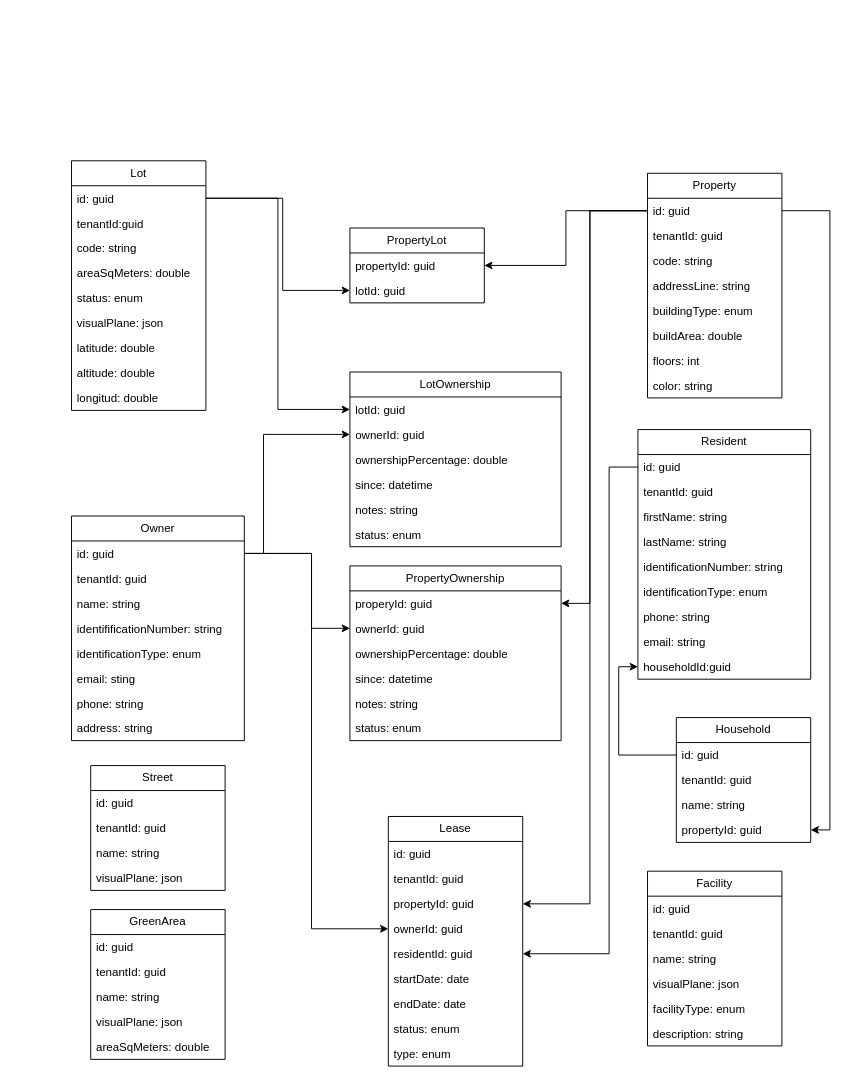
UntalivanCruz/ResiSecure keeps this draw.io diagram as ClassDiagram-UML.drawio. Above is the earlier version. Source tidied: cells renumbered, new cells numbered last; positions are measured from the earlier drawing's top-left corner, leaving out a move shared by most shapes. Both pictures are drawn from the tidied source at 96%, with x=0, y=0 at pixel (71, 160).
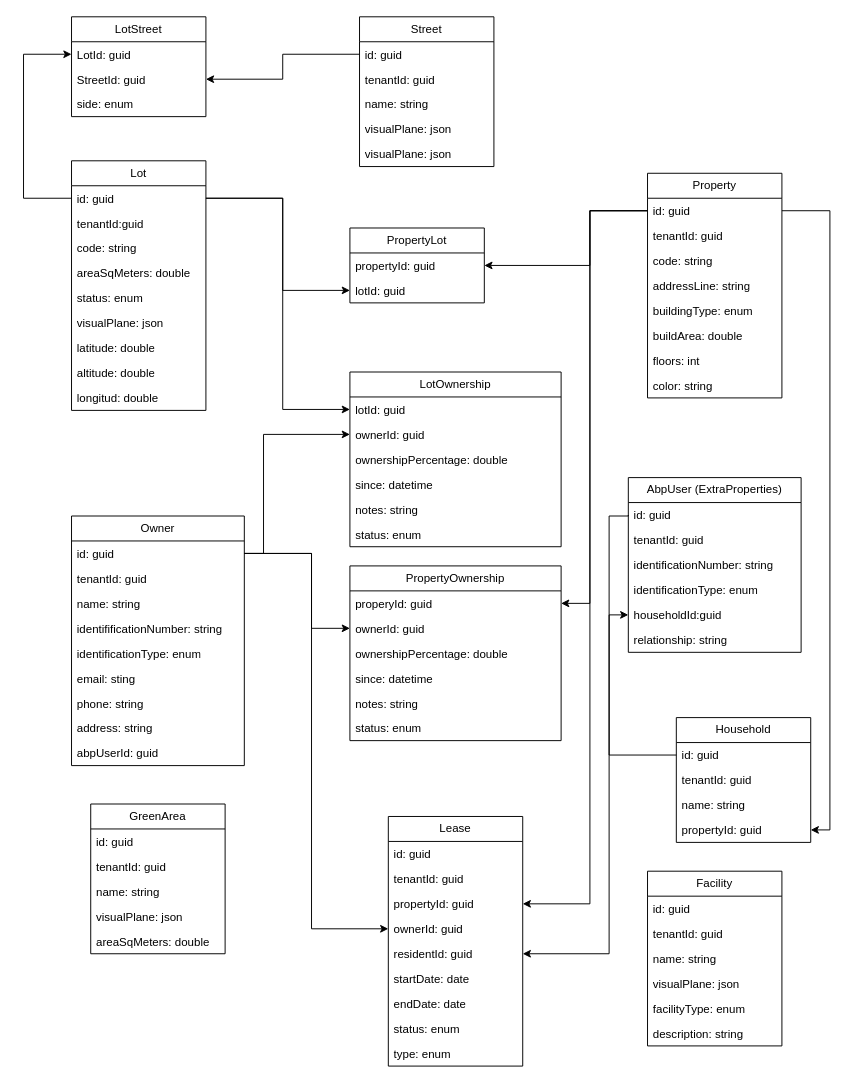
After the change.

Commit message:
refactor: remove resident class para usar abpUser entidad con extra properties

The change refers to these unchanged cells:
```xml
<mxCell id="3" value="id: guid" style="text;strokeColor=none;fillColor=none;align=left;verticalAlign=top;spacingLeft=4;spacingRight=4;overflow=hidden;points=[[0,0.5],[1,0.5]];portConstraint=eastwest;whiteSpace=wrap;html=1;" parent="2" vertex="1">
  <mxGeometry y="26" width="140" height="26" as="geometry" />
</mxCell>
<mxCell id="13" value="id: guid" style="text;strokeColor=none;fillColor=none;align=left;verticalAlign=top;spacingLeft=4;spacingRight=4;overflow=hidden;points=[[0,0.5],[1,0.5]];portConstraint=eastwest;whiteSpace=wrap;html=1;" parent="12" vertex="1">
  <mxGeometry y="26" width="140" height="26" as="geometry" />
</mxCell>
<mxCell id="22" value="propertyId: guid" style="text;strokeColor=none;fillColor=none;align=left;verticalAlign=top;spacingLeft=4;spacingRight=4;overflow=hidden;points=[[0,0.5],[1,0.5]];portConstraint=eastwest;whiteSpace=wrap;html=1;" parent="21" vertex="1">
  <mxGeometry y="26" width="140" height="26" as="geometry" />
</mxCell>
<mxCell id="36" value="lotId: guid" style="text;strokeColor=none;fillColor=none;align=left;verticalAlign=top;spacingLeft=4;spacingRight=4;overflow=hidden;points=[[0,0.5],[1,0.5]];portConstraint=eastwest;whiteSpace=wrap;html=1;" parent="35" vertex="1">
  <mxGeometry y="26" width="220" height="26" as="geometry" />
</mxCell>
<mxCell id="54" value="id: guid" style="text;strokeColor=none;fillColor=none;align=left;verticalAlign=top;spacingLeft=4;spacingRight=4;overflow=hidden;points=[[0,0.5],[1,0.5]];portConstraint=eastwest;whiteSpace=wrap;html=1;" parent="53" vertex="1">
  <mxGeometry y="26" width="180" height="26" as="geometry" />
</mxCell>
<mxCell id="74" value="residentId: guid" style="text;strokeColor=none;fillColor=none;align=left;verticalAlign=top;spacingLeft=4;spacingRight=4;overflow=hidden;points=[[0,0.5],[1,0.5]];portConstraint=eastwest;whiteSpace=wrap;html=1;" parent="69" vertex="1">
  <mxGeometry y="130" width="140" height="26" as="geometry" />
</mxCell>
<mxCell id="82" value="id: guid" style="text;strokeColor=none;fillColor=none;align=left;verticalAlign=top;spacingLeft=4;spacingRight=4;overflow=hidden;points=[[0,0.5],[1,0.5]];portConstraint=eastwest;whiteSpace=wrap;html=1;" parent="81" vertex="1">
  <mxGeometry y="26" width="140" height="26" as="geometry" />
</mxCell>
```

The edit, as a diff of the source:
```diff
@@
     <mxCell id="24" style="edgeStyle=orthogonalEdgeStyle;rounded=0;jettySize=auto;html=1;" parent="1" edge="1" source="13" target="22">
-      <mxGeometry relative="1" as="geometry" />
+      <mxGeometry relative="1" as="geometry">
+        <Array as="points">
+          <mxPoint x="540" y="52" />
+          <mxPoint x="540" y="109" />
+        </Array>
+      </mxGeometry>
     </mxCell>
@@
     <mxCell id="26" value="Owner" style="swimlane;fontStyle=0;horizontal=1;startSize=26;fillColor=none;whiteSpace=wrap;html=1;" parent="1" vertex="1">
-      <mxGeometry y="370" width="180" height="234" as="geometry" />
+      <mxGeometry y="370" width="180" height="260" as="geometry" />
     </mxCell>
@@
+    <mxCell id="102" value="abpUserId: guid" style="text;strokeColor=none;fillColor=none;align=left;verticalAlign=top;spacingLeft=4;spacingRight=4;overflow=hidden;whiteSpace=wrap;html=1;" parent="26" vertex="1">
+      <mxGeometry y="234" width="180" height="26" as="geometry" />
+    </mxCell>
@@
     <mxCell id="42" style="edgeStyle=orthogonalEdgeStyle;rounded=0;jettySize=auto;html=1;entryX=0;entryY=0.5;entryDx=0;entryDy=0;" parent="1" edge="1" source="3" target="36">
-      <mxGeometry relative="1" as="geometry" />
+      <mxGeometry relative="1" as="geometry">
+        <Array as="points">
+          <mxPoint x="220" y="39" />
+          <mxPoint x="220" y="259" />
+        </Array>
+      </mxGeometry>
     </mxCell>
@@
-    <mxCell id="53" value="Resident" style="swimlane;fontStyle=0;horizontal=1;startSize=26;fillColor=none;whiteSpace=wrap;html=1;" parent="1" vertex="1">
-      <mxGeometry x="590" y="280" width="180" height="260" as="geometry" />
+    <mxCell id="53" value="AbpUser (ExtraProperties)" style="swimlane;fontStyle=0;horizontal=1;startSize=26;fillColor=none;whiteSpace=wrap;html=1;" parent="1" vertex="1">
+      <mxGeometry x="580" y="330" width="180" height="182" as="geometry" />
     </mxCell>
@@
-    <mxCell id="56" value="firstName: string" style="text;strokeColor=none;fillColor=none;align=left;verticalAlign=top;spacingLeft=4;spacingRight=4;overflow=hidden;whiteSpace=wrap;html=1;" parent="53" vertex="1">
-      <mxGeometry y="78" width="180" height="26" as="geometry" />
-    </mxCell>
-    <mxCell id="57" value="lastName: string" style="text;strokeColor=none;fillColor=none;align=left;verticalAlign=top;spacingLeft=4;spacingRight=4;overflow=hidden;whiteSpace=wrap;html=1;" parent="53" vertex="1">
-      <mxGeometry y="104" width="180" height="26" as="geometry" />
-    </mxCell>
     <mxCell id="58" value="identificationNumber: string" style="text;strokeColor=none;fillColor=none;align=left;verticalAlign=top;spacingLeft=4;spacingRight=4;overflow=hidden;whiteSpace=wrap;html=1;" parent="53" vertex="1">
-      <mxGeometry y="130" width="180" height="26" as="geometry" />
+      <mxGeometry y="78" width="180" height="26" as="geometry" />
     </mxCell>
     <mxCell id="59" value="identificationType: enum" style="text;strokeColor=none;fillColor=none;align=left;verticalAlign=top;spacingLeft=4;spacingRight=4;overflow=hidden;whiteSpace=wrap;html=1;" parent="53" vertex="1">
-      <mxGeometry y="156" width="180" height="26" as="geometry" />
+      <mxGeometry y="104" width="180" height="26" as="geometry" />
     </mxCell>
-    <mxCell id="60" value="phone: string" style="text;strokeColor=none;fillColor=none;align=left;verticalAlign=top;spacingLeft=4;spacingRight=4;overflow=hidden;whiteSpace=wrap;html=1;" parent="53" vertex="1">
-      <mxGeometry y="182" width="180" height="26" as="geometry" />
-    </mxCell>
-    <mxCell id="61" value="email: string" style="text;strokeColor=none;fillColor=none;align=left;verticalAlign=top;spacingLeft=4;spacingRight=4;overflow=hidden;whiteSpace=wrap;html=1;" parent="53" vertex="1">
-      <mxGeometry y="208" width="180" height="26" as="geometry" />
-    </mxCell>
     <mxCell id="62" value="householdId:guid" style="text;strokeColor=none;fillColor=none;align=left;verticalAlign=top;spacingLeft=4;spacingRight=4;overflow=hidden;points=[[0,0.5],[1,0.5]];portConstraint=eastwest;whiteSpace=wrap;html=1;" parent="53" vertex="1">
-      <mxGeometry y="234" width="180" height="26" as="geometry" />
+      <mxGeometry y="130" width="180" height="26" as="geometry" />
     </mxCell>
+    <mxCell id="103" value="relationship: string" style="text;strokeColor=none;fillColor=none;align=left;verticalAlign=top;spacingLeft=4;spacingRight=4;overflow=hidden;whiteSpace=wrap;html=1;" parent="53" vertex="1">
+      <mxGeometry y="156" width="180" height="26" as="geometry" />
+    </mxCell>
@@
     <mxCell id="81" value="Street" style="swimlane;fontStyle=0;horizontal=1;startSize=26;fillColor=none;whiteSpace=wrap;html=1;" parent="1" vertex="1">
-      <mxGeometry x="20" y="630" width="140" height="130" as="geometry" />
+      <mxGeometry x="300" y="-150" width="140" height="156" as="geometry" />
     </mxCell>
@@
+    <mxCell id="104" value="visualPlane: json" style="text;strokeColor=none;fillColor=none;align=left;verticalAlign=top;spacingLeft=4;spacingRight=4;overflow=hidden;whiteSpace=wrap;html=1;" parent="81" vertex="1">
+      <mxGeometry y="104" width="140" height="26" as="geometry" />
+    </mxCell>
     <mxCell id="85" value="visualPlane: json" style="text;strokeColor=none;fillColor=none;align=left;verticalAlign=top;spacingLeft=4;spacingRight=4;overflow=hidden;whiteSpace=wrap;html=1;" parent="81" vertex="1">
-      <mxGeometry y="104" width="140" height="26" as="geometry" />
+      <mxGeometry y="130" width="140" height="26" as="geometry" />
     </mxCell>
     <mxCell id="86" value="GreenArea" style="swimlane;fontStyle=0;horizontal=1;startSize=26;fillColor=none;whiteSpace=wrap;html=1;" parent="1" vertex="1">
-      <mxGeometry x="20" y="780" width="140" height="156" as="geometry" />
+      <mxGeometry x="20" y="670" width="140" height="156" as="geometry" />
     </mxCell>
@@
-    <mxCell id="101" style="edgeStyle=orthogonalEdgeStyle;rounded=0;jettySize=auto;html=1;entryX=1;entryY=0.5;entryDx=0;entryDy=0;" parent="1" edge="1" source="54" target="74">
+    <mxCell id="101" style="edgeStyle=orthogonalEdgeStyle;rounded=0;jettySize=auto;html=1;entryX=1;entryY=0.5;entryDx=0;entryDy=0;exitX=0;exitY=0.5;exitDx=0;exitDy=0;" parent="1" edge="1" source="54" target="74">
       <mxGeometry relative="1" as="geometry">
         <Array as="points">
-          <mxPoint x="560" y="319" />
+          <mxPoint x="560" y="370" />
           <mxPoint x="560" y="826" />
         </Array>
       </mxGeometry>
     </mxCell>
+    <mxCell id="105" value="LotStreet" style="swimlane;fontStyle=0;horizontal=1;startSize=26;fillColor=none;whiteSpace=wrap;html=1;" parent="1" vertex="1">
+      <mxGeometry y="-150" width="140" height="104" as="geometry" />
+    </mxCell>
+    <mxCell id="106" value="LotId: guid" style="text;strokeColor=none;fillColor=none;align=left;verticalAlign=top;spacingLeft=4;spacingRight=4;overflow=hidden;points=[[0,0.5],[1,0.5]];portConstraint=eastwest;whiteSpace=wrap;html=1;" parent="105" vertex="1">
+      <mxGeometry y="26" width="140" height="26" as="geometry" />
+    </mxCell>
+    <mxCell id="107" value="StreetId: guid" style="text;strokeColor=none;fillColor=none;align=left;verticalAlign=top;spacingLeft=4;spacingRight=4;overflow=hidden;points=[[0,0.5],[1,0.5]];portConstraint=eastwest;whiteSpace=wrap;html=1;" parent="105" vertex="1">
+      <mxGeometry y="52" width="140" height="26" as="geometry" />
+    </mxCell>
+    <mxCell id="108" value="side: enum" style="text;strokeColor=none;fillColor=none;align=left;verticalAlign=top;spacingLeft=4;spacingRight=4;overflow=hidden;whiteSpace=wrap;html=1;" parent="105" vertex="1">
+      <mxGeometry y="78" width="140" height="26" as="geometry" />
+    </mxCell>
+    <mxCell id="109" style="edgeStyle=orthogonalEdgeStyle;rounded=0;jettySize=auto;html=1;entryX=1;entryY=0.5;entryDx=0;entryDy=0;" parent="1" edge="1" source="82" target="107">
+      <mxGeometry relative="1" as="geometry" />
+    </mxCell>
+    <mxCell id="110" style="edgeStyle=orthogonalEdgeStyle;rounded=0;jettySize=auto;html=1;entryX=0;entryY=0.5;entryDx=0;entryDy=0;" parent="1" edge="1" source="3" target="106">
+      <mxGeometry relative="1" as="geometry">
+        <Array as="points">
+          <mxPoint x="-50" y="39" />
+          <mxPoint x="-50" y="-111" />
+        </Array>
+      </mxGeometry>
+    </mxCell>
```
